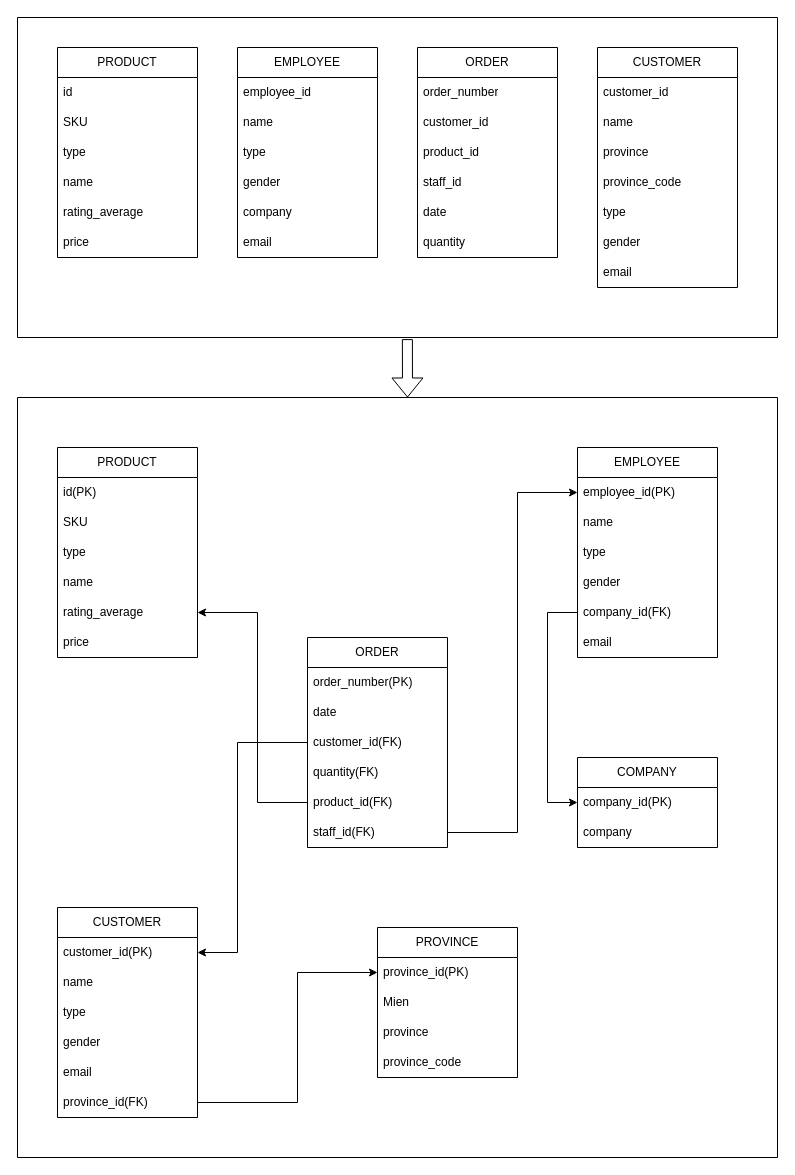
This is Untitled Diagram.drawio from hungdung0403/DE, a draw.io file, before an edit. Source tidied: cells renumbered, new cells numbered last; positions are measured from the earlier drawing's top-left corner, leaving out a move shared by most shapes. Both pictures are drawn from the tidied source at 100%, with x=0, y=0 at pixel (17, 17).
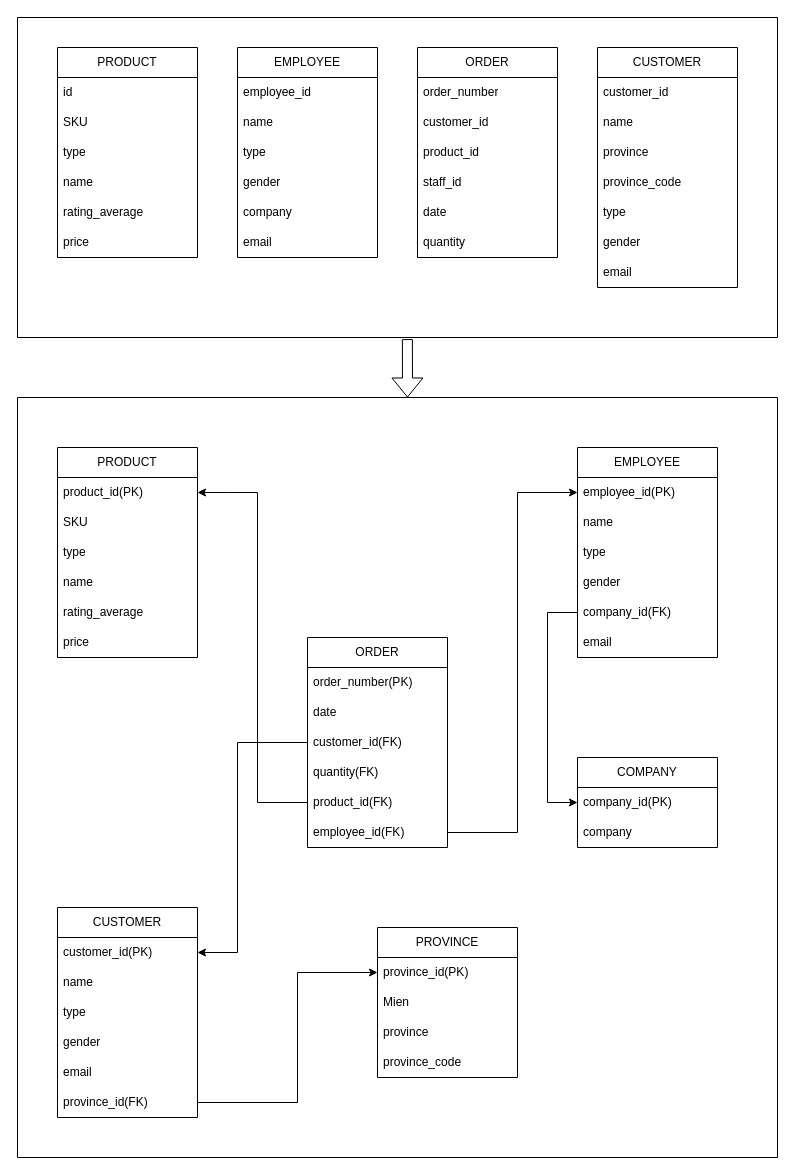
The same page after the edit.

Unchanged cells that the change refers to:
```xml
<mxCell id="31" value="ORDER" style="swimlane;fontStyle=0;horizontal=1;startSize=30;whiteSpace=wrap;html=1;" parent="1" vertex="1">
  <mxGeometry x="290" y="620" width="140" height="210" as="geometry" />
</mxCell>
<mxCell id="36" value="product_id(FK)" style="text;strokeColor=none;fillColor=none;align=left;verticalAlign=middle;spacingLeft=4;spacingRight=4;overflow=hidden;points=[[0,0.5],[1,0.5]];portConstraint=eastwest;whiteSpace=wrap;html=1;" parent="31" vertex="1">
  <mxGeometry y="150" width="140" height="30" as="geometry" />
</mxCell>
<mxCell id="38" value="PRODUCT" style="swimlane;fontStyle=0;horizontal=1;startSize=30;whiteSpace=wrap;html=1;" parent="1" vertex="1">
  <mxGeometry x="40" y="430" width="140" height="210" as="geometry" />
</mxCell>
<mxCell id="43" value="rating_average" style="text;strokeColor=none;fillColor=none;align=left;verticalAlign=middle;spacingLeft=4;spacingRight=4;overflow=hidden;points=[[0,0.5],[1,0.5]];portConstraint=eastwest;whiteSpace=wrap;html=1;" parent="38" vertex="1">
  <mxGeometry y="150" width="140" height="30" as="geometry" />
</mxCell>
```

Change to the diagram source:
```diff
@@
-    <mxCell id="37" value="staff_id(FK)" style="text;strokeColor=none;fillColor=none;align=left;verticalAlign=middle;spacingLeft=4;spacingRight=4;overflow=hidden;points=[[0,0.5],[1,0.5]];portConstraint=eastwest;whiteSpace=wrap;html=1;" parent="31" vertex="1">
+    <mxCell id="37" value="employee_id(FK)" style="text;strokeColor=none;fillColor=none;align=left;verticalAlign=middle;spacingLeft=4;spacingRight=4;overflow=hidden;points=[[0,0.5],[1,0.5]];portConstraint=eastwest;whiteSpace=wrap;html=1;" parent="31" vertex="1">
       <mxGeometry y="180" width="140" height="30" as="geometry" />
     </mxCell>
@@
-    <mxCell id="39" value="id(PK)" style="text;strokeColor=none;fillColor=none;align=left;verticalAlign=middle;spacingLeft=4;spacingRight=4;overflow=hidden;points=[[0,0.5],[1,0.5]];portConstraint=eastwest;whiteSpace=wrap;html=1;" parent="38" vertex="1">
+    <mxCell id="39" value="product_id(PK)" style="text;strokeColor=none;fillColor=none;align=left;verticalAlign=middle;spacingLeft=4;spacingRight=4;overflow=hidden;points=[[0,0.5],[1,0.5]];portConstraint=eastwest;whiteSpace=wrap;html=1;" parent="38" vertex="1">
       <mxGeometry y="30" width="140" height="30" as="geometry" />
     </mxCell>
@@
-    <mxCell id="67" style="endArrow=classic;html=1;rounded=0;entryX=1;entryY=0.5;entryDx=0;entryDy=0;exitX=0;exitY=0.5;exitDx=0;exitDy=0;" parent="1" edge="1" source="36" target="43">
+    <mxCell id="67" style="endArrow=classic;html=1;rounded=0;exitX=0;exitY=0.5;exitDx=0;exitDy=0;entryX=1;entryY=0.5;entryDx=0;entryDy=0;" parent="1" edge="1" source="36" target="39">
       <mxGeometry relative="1" as="geometry">
         <Array as="points">
           <mxPoint x="240" y="785" />
-          <mxPoint x="240" y="595" />
+          <mxPoint x="240" y="475" />
+          <mxPoint x="210" y="475" />
         </Array>
       </mxGeometry>
     </mxCell>
```
